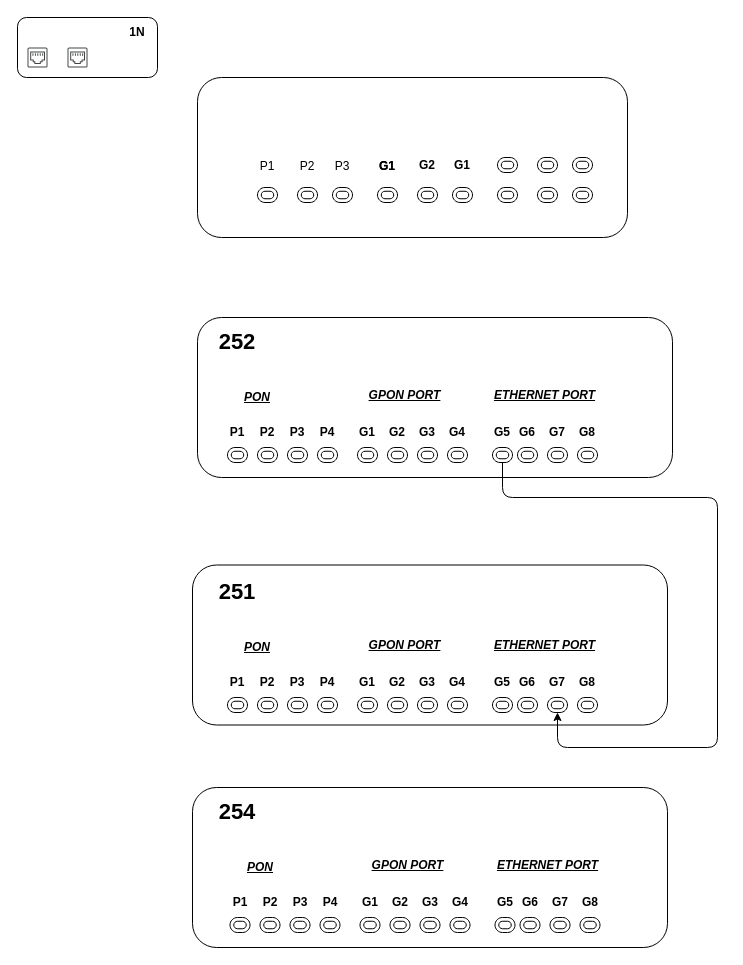
Earlier version of the draw.io diagram Untitled Diagram.drawio (Spyware0412/GPTLConnectionDiagram). Source tidied: cells renumbered, new cells numbered last; positions are measured from the earlier drawing's top-left corner, leaving out a move shared by most shapes. Both pictures are drawn from the tidied source at 100%, with x=0, y=0 at pixel (17, 17).
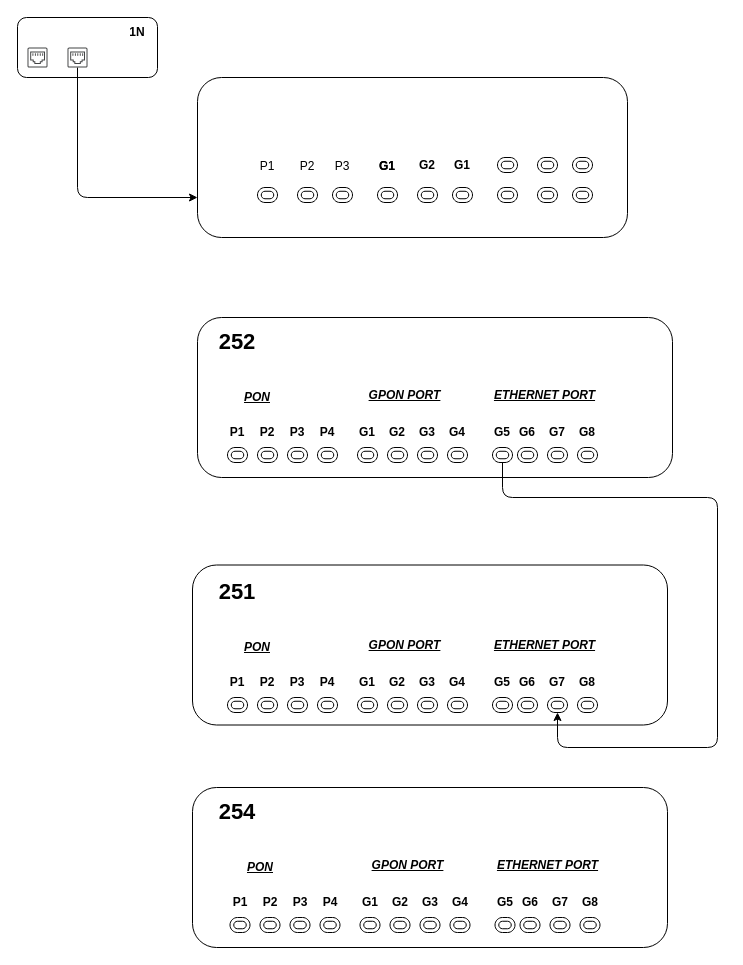
The same diagram, later.

The change refers to these unchanged cells:
```xml
<mxCell id="4" style="rounded=1;whiteSpace=wrap;html=1;labelBackgroundColor=none;" parent="1" vertex="1">
  <mxGeometry x="180" y="60" width="430" height="160" as="geometry" />
</mxCell>
<mxCell id="83" style="sketch=0;shadow=0;dashed=0;html=1;strokeColor=none;fillColor=#434445;labelPosition=center;verticalLabelPosition=bottom;verticalAlign=top;align=center;outlineConnect=0;shape=mxgraph.vvd.ethernet_port;rounded=1;" parent="1" vertex="1">
  <mxGeometry x="50" y="30" width="20" height="20" as="geometry" />
</mxCell>
```

The edit, as a diff of the source:
```diff
@@
+    <mxCell id="116" style="edgeStyle=orthogonalEdgeStyle;rounded=1;jettySize=auto;html=1;entryX=0;entryY=0.75;entryDx=0;entryDy=0;" parent="1" edge="1" source="83" target="4">
+      <mxGeometry relative="1" as="geometry">
+        <Array as="points">
+          <mxPoint x="60" y="180" />
+        </Array>
+      </mxGeometry>
+    </mxCell>
```
